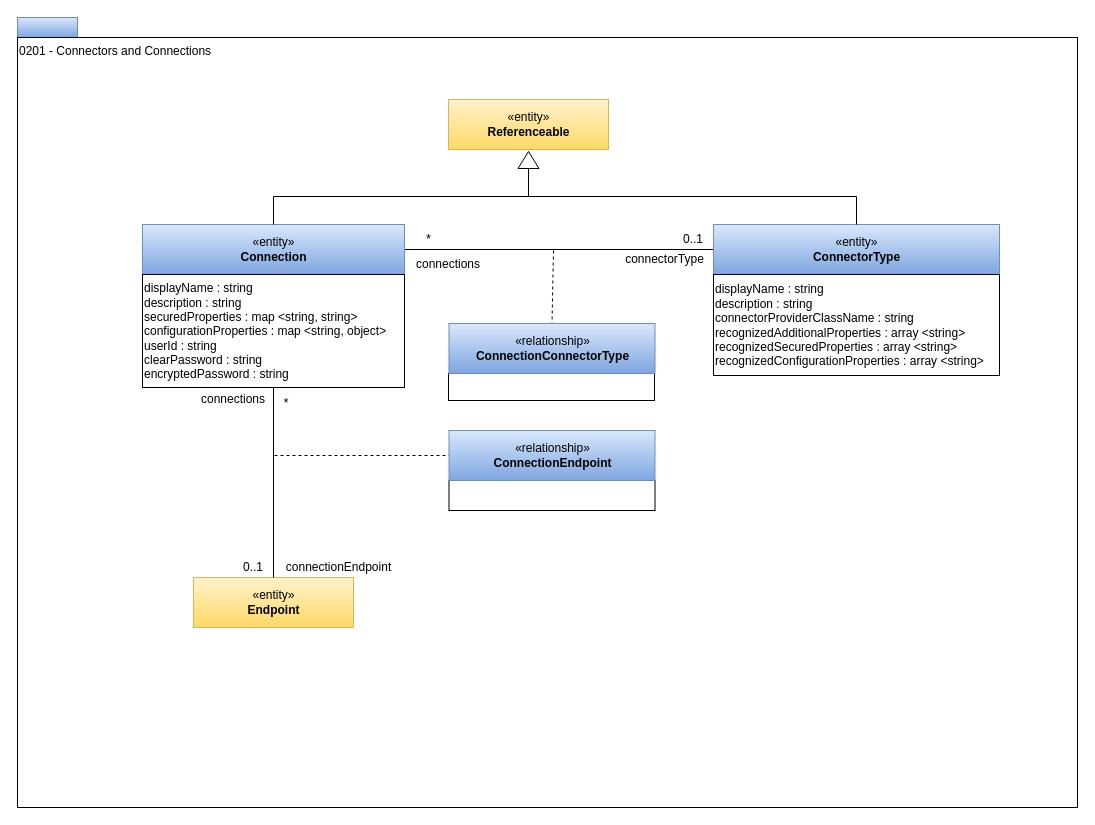
odpi/egeria keeps this draw.io diagram as page "0201-Connectors-and-Connections" (2 of 20) of open-metadata-publication/website/open-metadata-types/area-2-assets.drawio. Above is the earlier version. Source tidied: cells renumbered, new cells numbered last; positions are measured from the earlier drawing's top-left corner, leaving out a move shared by most shapes. Both pictures are drawn from the tidied source at 100%, with x=0, y=0 at pixel (17, 17).
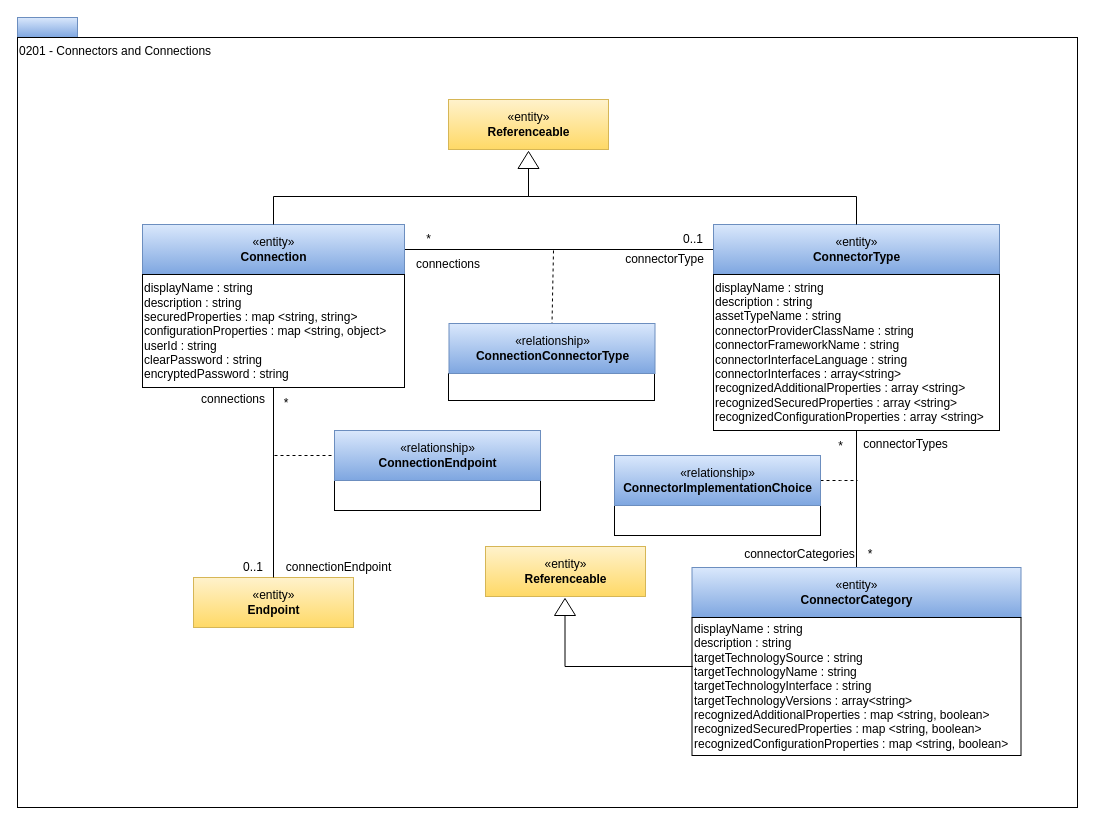
Above is the later version.

The edit, as a diff of the source:
```diff
@@
     <mxCell id="24" style="rounded=0;whiteSpace=wrap;html=1;strokeColor=#000000;gradientColor=#ffffff;align=left;" parent="1" vertex="1">
-      <mxGeometry x="431.5" y="463" width="206" height="30" as="geometry" />
+      <mxGeometry x="317" y="463" width="206" height="30" as="geometry" />
     </mxCell>
     <mxCell id="25" value="«relationship»&lt;br&gt;&lt;b&gt;ConnectionEndpoint&lt;/b&gt;" style="html=1;strokeColor=#6c8ebf;align=center;fillColor=#dae8fc;gradientColor=#7ea6e0;" parent="1" vertex="1">
-      <mxGeometry x="431.5" y="413" width="206" height="50" as="geometry" />
+      <mxGeometry x="317" y="413" width="206" height="50" as="geometry" />
     </mxCell>
@@
+    <mxCell id="29" style="edgeStyle=orthogonalEdgeStyle;rounded=0;jettySize=auto;html=1;entryX=0.5;entryY=0;entryDx=0;entryDy=0;endArrow=none;endFill=0;" parent="1" edge="1" source="27" target="30">
+      <mxGeometry relative="1" as="geometry" />
+    </mxCell>
-    <mxCell id="27" value="displayName : string&lt;br&gt;description : string&lt;br&gt;connectorProviderClassName : string&lt;br&gt;recognizedAdditionalProperties : array &amp;lt;string&amp;gt;&lt;br&gt;recognizedSecuredProperties : array &amp;lt;string&amp;gt;&lt;br&gt;recognizedConfigurationProperties : array &amp;lt;string&amp;gt;" style="rounded=0;whiteSpace=wrap;html=1;strokeColor=#000000;gradientColor=#ffffff;align=left;" parent="1" vertex="1">
-      <mxGeometry x="696" y="257" width="286" height="101" as="geometry" />
+    <mxCell id="27" value="displayName : string&lt;br&gt;description : string&lt;br&gt;assetTypeName : string&lt;br&gt;connectorProviderClassName : string&lt;br&gt;connectorFrameworkName : string&lt;br&gt;connectorInterfaceLanguage : string&lt;br&gt;connectorInterfaces : array&amp;lt;string&amp;gt;&lt;br&gt;recognizedAdditionalProperties : array &amp;lt;string&amp;gt;&lt;br&gt;recognizedSecuredProperties : array &amp;lt;string&amp;gt;&lt;br&gt;recognizedConfigurationProperties : array &amp;lt;string&amp;gt;" style="rounded=0;whiteSpace=wrap;html=1;strokeColor=#000000;gradientColor=#ffffff;align=left;" parent="1" vertex="1">
+      <mxGeometry x="696" y="257" width="286" height="156" as="geometry" />
     </mxCell>
@@
+    <mxCell id="30" value="«entity»&lt;br&gt;&lt;b&gt;ConnectorCategory&lt;/b&gt;" style="html=1;strokeColor=#6c8ebf;align=center;fillColor=#dae8fc;gradientColor=#7ea6e0;" parent="1" vertex="1">
+      <mxGeometry x="674.5" y="550" width="329" height="50" as="geometry" />
+    </mxCell>
+    <mxCell id="31" value="displayName : string&lt;br&gt;description : string&lt;br&gt;targetTechnologySource : string&lt;br&gt;targetTechnologyName : string&lt;br&gt;targetTechnologyInterface : string&lt;br&gt;targetTechnologyVersions : array&amp;lt;string&amp;gt;&lt;br&gt;recognizedAdditionalProperties : map &amp;lt;string, boolean&amp;gt;&lt;br&gt;recognizedSecuredProperties : map &amp;lt;string, boolean&amp;gt;&lt;br&gt;recognizedConfigurationProperties : map &amp;lt;string, boolean&amp;gt;" style="rounded=0;whiteSpace=wrap;html=1;strokeColor=#000000;gradientColor=#ffffff;align=left;" parent="1" vertex="1">
+      <mxGeometry x="674.5" y="600" width="329" height="138" as="geometry" />
+    </mxCell>
+    <mxCell id="32" style="rounded=0;whiteSpace=wrap;html=1;strokeColor=#000000;gradientColor=#ffffff;align=left;" parent="1" vertex="1">
+      <mxGeometry x="597" y="488" width="206" height="30" as="geometry" />
+    </mxCell>
+    <mxCell id="33" style="edgeStyle=orthogonalEdgeStyle;rounded=0;jettySize=auto;html=1;endArrow=none;endFill=0;dashed=1;" parent="1" edge="1" source="34">
+      <mxGeometry relative="1" as="geometry">
+        <mxPoint x="840" y="463" as="targetPoint" />
+      </mxGeometry>
+    </mxCell>
+    <mxCell id="34" value="«relationship»&lt;br&gt;&lt;b&gt;ConnectorImplementationChoice&lt;/b&gt;" style="html=1;strokeColor=#6c8ebf;align=center;fillColor=#dae8fc;gradientColor=#7ea6e0;" parent="1" vertex="1">
+      <mxGeometry x="597" y="438" width="206" height="50" as="geometry" />
+    </mxCell>
+    <mxCell id="35" value="connectorTypes" style="text;html=1;align=center;verticalAlign=middle;strokeColor=none;" parent="1" vertex="1">
+      <mxGeometry x="840" y="418" width="95" height="18" as="geometry" />
+    </mxCell>
+    <mxCell id="36" value="connectorCategories" style="text;html=1;align=center;verticalAlign=middle;strokeColor=none;" parent="1" vertex="1">
+      <mxGeometry x="721" y="528" width="121" height="18" as="geometry" />
+    </mxCell>
+    <mxCell id="37" value="*" style="text;html=1;strokeColor=none;fillColor=none;align=center;verticalAlign=middle;whiteSpace=wrap;rounded=0;" parent="1" vertex="1">
+      <mxGeometry x="833" y="527" width="40" height="20" as="geometry" />
+    </mxCell>
+    <mxCell id="38" value="*" style="text;html=1;strokeColor=none;fillColor=none;align=center;verticalAlign=middle;whiteSpace=wrap;rounded=0;" parent="1" vertex="1">
+      <mxGeometry x="814" y="419" width="19" height="20" as="geometry" />
+    </mxCell>
+    <mxCell id="39" style="edgeStyle=orthogonalEdgeStyle;rounded=0;html=1;endArrow=none;endFill=0;jettySize=auto;entryX=0.002;entryY=0.355;entryDx=0;entryDy=0;entryPerimeter=0;exitX=0;exitY=0.5;exitDx=0;exitDy=0;" parent="1" edge="1" source="41" target="31">
+      <mxGeometry relative="1" as="geometry" />
+    </mxCell>
+    <mxCell id="40" value="«entity»&lt;br&gt;&lt;b&gt;Referenceable&lt;/b&gt;" style="html=1;strokeColor=#d6b656;align=center;fillColor=#fff2cc;gradientColor=#ffd966;" parent="1" vertex="1">
+      <mxGeometry x="468" y="529" width="160" height="50" as="geometry" />
+    </mxCell>
+    <mxCell id="41" style="triangle;whiteSpace=wrap;html=1;strokeColor=#000000;gradientColor=#ffffff;align=center;rotation=-90;" parent="1" vertex="1">
+      <mxGeometry x="539" y="579" width="17" height="21" as="geometry" />
+    </mxCell>
```
